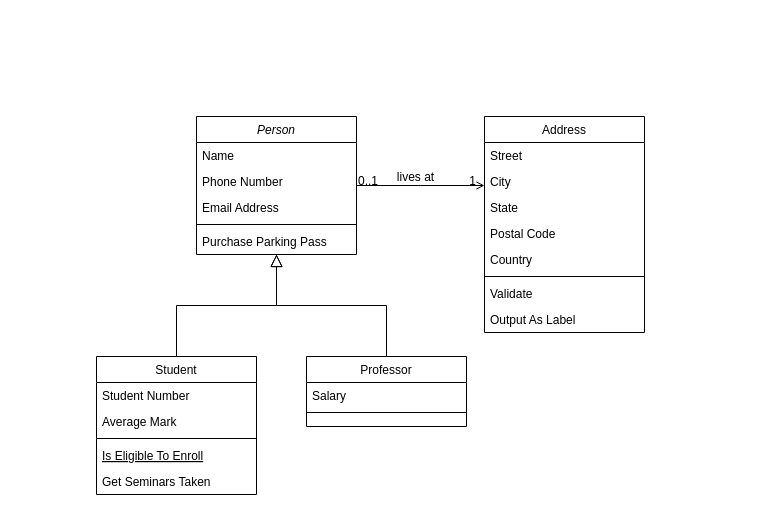
The draw.io diagram public/Untitled Diagram.drawio in iita71737/xxstudiotw-vue, before the edit. Source tidied: cells renumbered, new cells numbered last; positions are measured from the earlier drawing's top-left corner, leaving out a move shared by most shapes. Both pictures are drawn from the tidied source at 100%, with x=0, y=0 at pixel (96, 116).
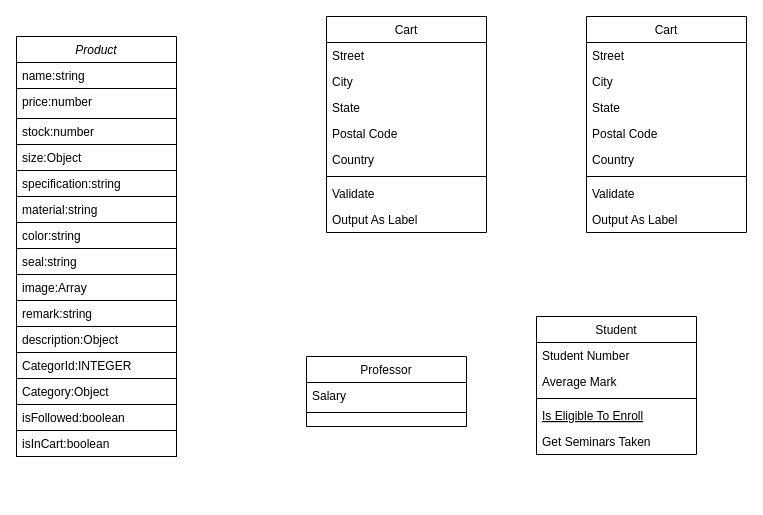
After the change.

Unchanged cells that the change refers to:
```xml
<mxCell id="15" value="Professor" style="swimlane;fontStyle=0;align=center;verticalAlign=top;horizontal=1;startSize=26;rounded=0;shadow=0;strokeWidth=1;" parent="1" vertex="1">
  <mxGeometry x="210" y="240" width="160" height="70" as="geometry" />
</mxCell>
```

What changed in the source:
```diff
@@
-    <mxCell id="2" value="Person" style="swimlane;fontStyle=2;align=center;verticalAlign=top;horizontal=1;startSize=26;rounded=0;shadow=0;strokeWidth=1;" parent="1" vertex="1">
-      <mxGeometry x="100" width="160" height="138" as="geometry" />
+    <mxCell id="2" value="Product" style="swimlane;fontStyle=2;align=center;verticalAlign=top;horizontal=1;startSize=26;rounded=0;shadow=0;strokeWidth=1;" parent="1" vertex="1">
+      <mxGeometry x="-80" y="-80" width="160" height="420" as="geometry" />
     </mxCell>
-    <mxCell id="3" value="Name" style="text;align=left;verticalAlign=top;spacingLeft=4;spacingRight=4;overflow=hidden;" parent="2" vertex="1">
+    <mxCell id="3" value="name:string" style="text;align=left;verticalAlign=top;spacingLeft=4;spacingRight=4;overflow=hidden;strokeColor=default;" parent="2" vertex="1">
       <mxGeometry y="26" width="160" height="26" as="geometry" />
     </mxCell>
-    <mxCell id="4" value="Phone Number" style="text;align=left;verticalAlign=top;spacingLeft=4;spacingRight=4;overflow=hidden;rounded=0;shadow=0;html=0;" parent="2" vertex="1">
-      <mxGeometry y="52" width="160" height="26" as="geometry" />
+    <mxCell id="4" value="price:number" style="text;align=left;verticalAlign=top;spacingLeft=4;spacingRight=4;overflow=hidden;rounded=0;shadow=0;html=0;strokeColor=default;" parent="2" vertex="1">
+      <mxGeometry y="52" width="160" height="30" as="geometry" />
     </mxCell>
-    <mxCell id="5" value="Email Address" style="text;align=left;verticalAlign=top;spacingLeft=4;spacingRight=4;overflow=hidden;rounded=0;shadow=0;html=0;" parent="2" vertex="1">
-      <mxGeometry y="78" width="160" height="26" as="geometry" />
+    <mxCell id="5" value="stock:number" style="text;align=left;verticalAlign=top;spacingLeft=4;spacingRight=4;overflow=hidden;rounded=0;shadow=0;html=0;strokeColor=default;" parent="2" vertex="1">
+      <mxGeometry y="82" width="160" height="26" as="geometry" />
     </mxCell>
-    <mxCell id="6" style="line;html=1;strokeWidth=1;align=left;verticalAlign=middle;spacingTop=-1;spacingLeft=3;spacingRight=3;labelPosition=right;" parent="2" vertex="1">
-      <mxGeometry y="104" width="160" height="8" as="geometry" />
-    </mxCell>
-    <mxCell id="7" value="Purchase Parking Pass" style="text;align=left;verticalAlign=top;spacingLeft=4;spacingRight=4;overflow=hidden;" parent="2" vertex="1">
-      <mxGeometry y="112" width="160" height="26" as="geometry" />
-    </mxCell>
+    <mxCell id="32" value="size:Object" style="text;align=left;verticalAlign=top;spacingLeft=4;spacingRight=4;overflow=hidden;rounded=0;shadow=0;html=0;strokeColor=default;" parent="2" vertex="1">
+      <mxGeometry y="108" width="160" height="26" as="geometry" />
+    </mxCell>
+    <mxCell id="33" value="specification:string" style="text;align=left;verticalAlign=top;spacingLeft=4;spacingRight=4;overflow=hidden;rounded=0;shadow=0;html=0;strokeColor=default;" parent="2" vertex="1">
+      <mxGeometry y="134" width="160" height="26" as="geometry" />
+    </mxCell>
+    <mxCell id="34" value="material:string" style="text;align=left;verticalAlign=top;spacingLeft=4;spacingRight=4;overflow=hidden;rounded=0;shadow=0;html=0;strokeColor=default;" parent="2" vertex="1">
+      <mxGeometry y="160" width="160" height="26" as="geometry" />
+    </mxCell>
+    <mxCell id="35" value="color:string" style="text;align=left;verticalAlign=top;spacingLeft=4;spacingRight=4;overflow=hidden;rounded=0;shadow=0;html=0;strokeColor=default;" parent="2" vertex="1">
+      <mxGeometry y="186" width="160" height="26" as="geometry" />
+    </mxCell>
+    <mxCell id="36" value="seal:string" style="text;align=left;verticalAlign=top;spacingLeft=4;spacingRight=4;overflow=hidden;rounded=0;shadow=0;html=0;strokeColor=default;" parent="2" vertex="1">
+      <mxGeometry y="212" width="160" height="26" as="geometry" />
+    </mxCell>
+    <mxCell id="37" value="image:Array" style="text;align=left;verticalAlign=top;spacingLeft=4;spacingRight=4;overflow=hidden;rounded=0;shadow=0;html=0;strokeColor=default;" parent="2" vertex="1">
+      <mxGeometry y="238" width="160" height="26" as="geometry" />
+    </mxCell>
+    <mxCell id="38" value="remark:string" style="text;align=left;verticalAlign=top;spacingLeft=4;spacingRight=4;overflow=hidden;rounded=0;shadow=0;html=0;strokeColor=default;" parent="2" vertex="1">
+      <mxGeometry y="264" width="160" height="26" as="geometry" />
+    </mxCell>
+    <mxCell id="39" value="description:Object" style="text;align=left;verticalAlign=top;spacingLeft=4;spacingRight=4;overflow=hidden;rounded=0;shadow=0;html=0;strokeColor=default;" parent="2" vertex="1">
+      <mxGeometry y="290" width="160" height="26" as="geometry" />
+    </mxCell>
+    <mxCell id="40" value="CategorId:INTEGER" style="text;align=left;verticalAlign=top;spacingLeft=4;spacingRight=4;overflow=hidden;rounded=0;shadow=0;html=0;strokeColor=default;" parent="2" vertex="1">
+      <mxGeometry y="316" width="160" height="26" as="geometry" />
+    </mxCell>
+    <mxCell id="41" value="Category:Object" style="text;align=left;verticalAlign=top;spacingLeft=4;spacingRight=4;overflow=hidden;rounded=0;shadow=0;html=0;strokeColor=default;" parent="2" vertex="1">
+      <mxGeometry y="342" width="160" height="26" as="geometry" />
+    </mxCell>
+    <mxCell id="42" value="isFollowed:boolean" style="text;align=left;verticalAlign=top;spacingLeft=4;spacingRight=4;overflow=hidden;rounded=0;shadow=0;html=0;strokeColor=default;" parent="2" vertex="1">
+      <mxGeometry y="368" width="160" height="26" as="geometry" />
+    </mxCell>
+    <mxCell id="43" value="isInCart:boolean" style="text;align=left;verticalAlign=top;spacingLeft=4;spacingRight=4;overflow=hidden;rounded=0;shadow=0;html=0;strokeColor=default;" parent="2" vertex="1">
+      <mxGeometry y="394" width="160" height="26" as="geometry" />
+    </mxCell>
     <mxCell id="8" value="Student" style="swimlane;fontStyle=0;align=center;verticalAlign=top;horizontal=1;startSize=26;rounded=0;shadow=0;strokeWidth=1;" parent="1" vertex="1">
-      <mxGeometry y="240" width="160" height="138" as="geometry" />
+      <mxGeometry x="440" y="200" width="160" height="138" as="geometry" />
     </mxCell>
@@
-    <mxCell id="14" style="endArrow=block;endSize=10;endFill=0;shadow=0;strokeWidth=1;rounded=0;edgeStyle=elbowEdgeStyle;elbow=vertical;" parent="1" edge="1" source="8" target="2">
-      <mxGeometry relative="1" as="geometry" />
-    </mxCell>
@@
-    <mxCell id="18" style="endArrow=block;endSize=10;endFill=0;shadow=0;strokeWidth=1;rounded=0;edgeStyle=elbowEdgeStyle;elbow=vertical;" parent="1" edge="1" source="15" target="2">
-      <mxGeometry relative="1" as="geometry" />
-    </mxCell>
-    <mxCell id="19" value="Address" style="swimlane;fontStyle=0;align=center;verticalAlign=top;horizontal=1;startSize=26;rounded=0;shadow=0;strokeWidth=1;" parent="1" vertex="1">
-      <mxGeometry x="388" width="160" height="216" as="geometry" />
+    <mxCell id="19" value="Cart" style="swimlane;fontStyle=0;align=center;verticalAlign=top;horizontal=1;startSize=26;rounded=0;shadow=0;strokeWidth=1;" parent="1" vertex="1">
+      <mxGeometry x="490" y="-100" width="160" height="216" as="geometry" />
     </mxCell>
@@
-    <mxCell id="28" style="endArrow=open;shadow=0;strokeWidth=1;rounded=0;endFill=1;edgeStyle=elbowEdgeStyle;elbow=vertical;" parent="1" edge="1" source="2" target="19">
-      <mxGeometry x="0.5" y="41" relative="1" as="geometry">
-        <mxPoint x="-40" y="32" as="offset" />
-      </mxGeometry>
-    </mxCell>
-    <mxCell id="29" value="0..1" style="align=left;verticalAlign=bottom;labelBackgroundColor=none;fontSize=12;" parent="28" vertex="1">
-      <mxGeometry x="-1" relative="1" as="geometry">
-        <mxPoint y="4" as="offset" />
-      </mxGeometry>
-    </mxCell>
-    <mxCell id="30" value="1" style="align=right;verticalAlign=bottom;labelBackgroundColor=none;fontSize=12;" parent="28" vertex="1">
-      <mxGeometry x="1" relative="1" as="geometry">
-        <mxPoint x="-7" y="4" as="offset" />
-      </mxGeometry>
-    </mxCell>
-    <mxCell id="31" value="lives at" style="text;html=1;align=center;verticalAlign=middle;labelBackgroundColor=none;rounded=0;shadow=0;strokeWidth=1;fontSize=12;" parent="28" vertex="1">
-      <mxGeometry x="0.5" y="49" relative="1" as="geometry">
-        <mxPoint x="-38" y="40" as="offset" />
-      </mxGeometry>
-    </mxCell>
+    <mxCell id="44" value="Cart" style="swimlane;fontStyle=0;align=center;verticalAlign=top;horizontal=1;startSize=26;rounded=0;shadow=0;strokeWidth=1;" parent="1" vertex="1">
+      <mxGeometry x="230" y="-100" width="160" height="216" as="geometry" />
+    </mxCell>
+    <mxCell id="45" value="Street" style="text;align=left;verticalAlign=top;spacingLeft=4;spacingRight=4;overflow=hidden;" parent="44" vertex="1">
+      <mxGeometry y="26" width="160" height="26" as="geometry" />
+    </mxCell>
+    <mxCell id="46" value="City" style="text;align=left;verticalAlign=top;spacingLeft=4;spacingRight=4;overflow=hidden;rounded=0;shadow=0;html=0;" parent="44" vertex="1">
+      <mxGeometry y="52" width="160" height="26" as="geometry" />
+    </mxCell>
+    <mxCell id="47" value="State" style="text;align=left;verticalAlign=top;spacingLeft=4;spacingRight=4;overflow=hidden;rounded=0;shadow=0;html=0;" parent="44" vertex="1">
+      <mxGeometry y="78" width="160" height="26" as="geometry" />
+    </mxCell>
+    <mxCell id="48" value="Postal Code" style="text;align=left;verticalAlign=top;spacingLeft=4;spacingRight=4;overflow=hidden;rounded=0;shadow=0;html=0;" parent="44" vertex="1">
+      <mxGeometry y="104" width="160" height="26" as="geometry" />
+    </mxCell>
+    <mxCell id="49" value="Country" style="text;align=left;verticalAlign=top;spacingLeft=4;spacingRight=4;overflow=hidden;rounded=0;shadow=0;html=0;" parent="44" vertex="1">
+      <mxGeometry y="130" width="160" height="26" as="geometry" />
+    </mxCell>
+    <mxCell id="50" style="line;html=1;strokeWidth=1;align=left;verticalAlign=middle;spacingTop=-1;spacingLeft=3;spacingRight=3;labelPosition=right;" parent="44" vertex="1">
+      <mxGeometry y="156" width="160" height="8" as="geometry" />
+    </mxCell>
+    <mxCell id="51" value="Validate" style="text;align=left;verticalAlign=top;spacingLeft=4;spacingRight=4;overflow=hidden;" parent="44" vertex="1">
+      <mxGeometry y="164" width="160" height="26" as="geometry" />
+    </mxCell>
+    <mxCell id="52" value="Output As Label" style="text;align=left;verticalAlign=top;spacingLeft=4;spacingRight=4;overflow=hidden;" parent="44" vertex="1">
+      <mxGeometry y="190" width="160" height="26" as="geometry" />
+    </mxCell>
```
